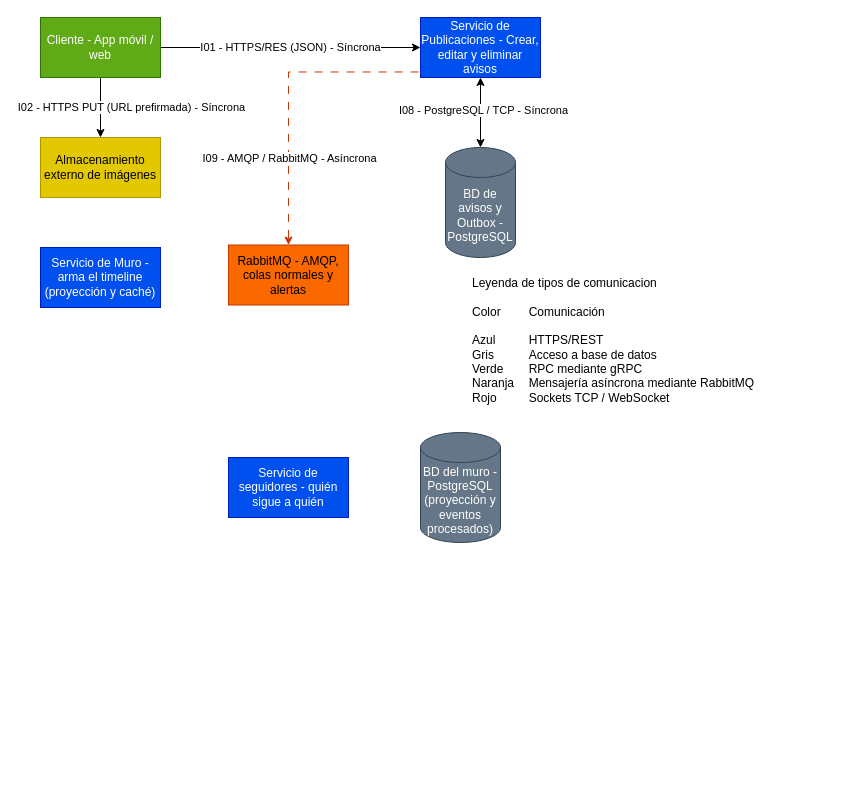
Above: Archivo editable y exportado/vecindario.drawio.xml in Yukisan-uwo/GA-TL-02-FORM-Modelado-de-Comunicacion-entre-Procesos-Distribuidos (draw.io), before the change. Source tidied: cells renumbered, new cells numbered last; positions are measured from the earlier drawing's top-left corner, leaving out a move shared by most shapes. Both pictures are drawn from the tidied source at 100%, with x=0, y=0 at pixel (40, 17).
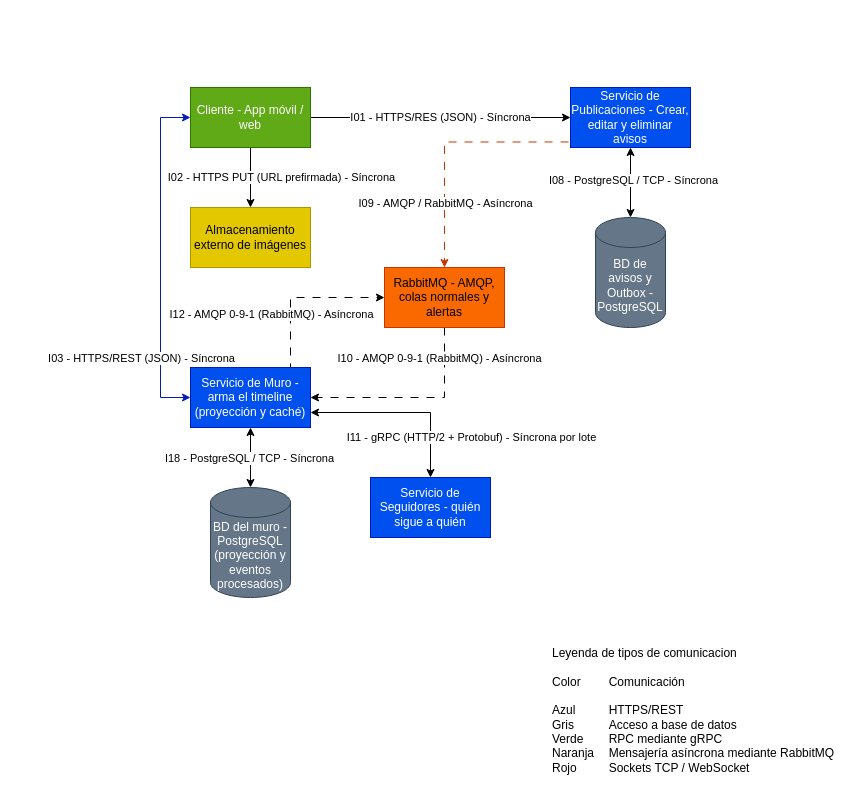
After the change.

Commit message:
Agrega muro, seguidores y BD del muro

Unchanged cells that the change refers to:
```xml
<mxCell id="6" style="edgeStyle=orthogonalEdgeStyle;rounded=0;jettySize=auto;html=1;entryX=0.5;entryY=0;entryDx=0;entryDy=0;defaultLabelBackgroundColor=page;exitX=-0.016;exitY=0.908;exitDx=0;exitDy=0;exitPerimeter=0;fillColor=#fa6800;strokeColor=#C73500;flowAnimation=0;dashed=1;dashPattern=8 8;" parent="1" edge="1" source="8" target="11">
  <mxGeometry x="-0.09" relative="1" as="geometry" />
</mxCell>
```

The edit, as a diff of the source:
```diff
@@
+    <mxCell id="18" style="edgeStyle=orthogonalEdgeStyle;rounded=0;jettySize=auto;html=1;entryX=0;entryY=0.5;entryDx=0;entryDy=0;defaultLabelBackgroundColor=page;labelPadding=0 4;fillColor=#0050ef;strokeColor=light-dark(#001DBC,#66B2FF);startArrow=classic;startFill=1;" parent="1" edge="1" source="5" target="15">
+      <mxGeometry x="0.41" relative="1" as="geometry">
+        <Array as="points">
+          <mxPoint x="120" y="100" />
+          <mxPoint x="120" y="380" />
+        </Array>
+      </mxGeometry>
+    </mxCell>
+    <mxCell id="19" value="I03 - HTTPS/REST (JSON) - Síncrona" style="edgeLabel;html=1;align=center;verticalAlign=middle;inheritText=1;defaultLabelBackgroundColor=page;labelPadding=0 4;" parent="18" vertex="1">
+      <mxGeometry x="0.52" relative="1" as="geometry">
+        <mxPoint x="-20" y="12" as="offset" />
+      </mxGeometry>
+    </mxCell>
     <mxCell id="5" value="Cliente - App móvil / web" style="rounded=0;whiteSpace=wrap;html=1;fillColor=#60a917;fontColor=#ffffff;strokeColor=#2D7600;" parent="1" vertex="1">
-      <mxGeometry width="120" height="60" as="geometry" />
+      <mxGeometry x="150" y="70" width="120" height="60" as="geometry" />
     </mxCell>
@@
     <mxCell id="7" value="I09 - AMQP / RabbitMQ - Asíncrona" style="edgeLabel;html=1;align=center;verticalAlign=middle;inheritText=1;defaultLabelBackgroundColor=page;" parent="6" vertex="1">
       <mxGeometry x="0.66" relative="1" as="geometry">
-        <mxPoint y="-36" as="offset" />
+        <mxPoint y="-22" as="offset" />
       </mxGeometry>
     </mxCell>
     <mxCell id="8" value="Servicio de Publicaciones - Crear, editar y eliminar avisos" style="rounded=0;whiteSpace=wrap;html=1;fillColor=#0050ef;fontColor=#ffffff;strokeColor=#001DBC;" parent="1" vertex="1">
-      <mxGeometry x="380" width="120" height="60" as="geometry" />
+      <mxGeometry x="530" y="70" width="120" height="60" as="geometry" />
     </mxCell>
     <mxCell id="9" value="Almacenamiento externo de imágenes" style="rounded=0;whiteSpace=wrap;html=1;fillColor=light-dark(#E3C800,#FFC600);strokeColor=#B09500;fontColor=light-dark(#000000,#000000);" parent="1" vertex="1">
-      <mxGeometry y="120" width="120" height="60" as="geometry" />
+      <mxGeometry x="150" y="190" width="120" height="60" as="geometry" />
     </mxCell>
     <mxCell id="10" value="BD de avisos y Outbox - PostgreSQL" style="shape=cylinder3;whiteSpace=wrap;html=1;boundedLbl=1;backgroundOutline=1;size=15;fillColor=#647687;fontColor=#ffffff;strokeColor=#314354;" parent="1" vertex="1">
-      <mxGeometry x="405" y="130" width="70" height="110" as="geometry" />
+      <mxGeometry x="555" y="200" width="70" height="110" as="geometry" />
     </mxCell>
+    <mxCell id="20" style="edgeStyle=orthogonalEdgeStyle;rounded=0;jettySize=auto;html=1;entryX=1;entryY=0.5;entryDx=0;entryDy=0;defaultLabelBackgroundColor=page;labelPadding=0 4;exitX=0.5;exitY=1;exitDx=0;exitDy=0;flowAnimation=0;dashed=1;dashPattern=8 8;strokeColor=light-dark(#000000,#FF9164);" parent="1" edge="1" source="11" target="15">
+      <mxGeometry relative="1" as="geometry" />
+    </mxCell>
+    <mxCell id="21" value="I10 - AMQP 0-9-1 (RabbitMQ) - Asíncrona" style="edgeLabel;html=1;align=center;verticalAlign=middle;inheritText=1;defaultLabelBackgroundColor=page;labelPadding=0 4;" parent="20" vertex="1">
+      <mxGeometry x="-0.15" y="3" relative="1" as="geometry">
+        <mxPoint x="11" y="-43" as="offset" />
+      </mxGeometry>
+    </mxCell>
+    <mxCell id="22" style="edgeStyle=orthogonalEdgeStyle;rounded=0;jettySize=auto;html=1;entryX=0.5;entryY=0;entryDx=0;entryDy=0;defaultLabelBackgroundColor=page;labelPadding=0 4;exitX=1;exitY=0.75;exitDx=0;exitDy=0;strokeColor=light-dark(#000000,#009900);startArrow=classic;startFill=1;" parent="1" edge="1" source="15" target="16">
+      <mxGeometry x="0.62" relative="1" as="geometry" />
+    </mxCell>
+    <mxCell id="23" value="I11 - gRPC (HTTP/2 + Protobuf) - Síncrona por lote" style="edgeLabel;html=1;align=center;verticalAlign=middle;inheritText=1;defaultLabelBackgroundColor=page;labelPadding=0 4;" parent="22" vertex="1">
+      <mxGeometry x="0.49" relative="1" as="geometry">
+        <mxPoint x="40" y="6" as="offset" />
+      </mxGeometry>
+    </mxCell>
     <mxCell id="11" value="RabbitMQ - AMQP, colas normales y alertas" style="rounded=0;whiteSpace=wrap;html=1;fillColor=#fa6800;fontColor=light-dark(#000000,#000000);strokeColor=#C73500;" parent="1" vertex="1">
-      <mxGeometry x="188" y="227.5" width="120" height="60" as="geometry" />
+      <mxGeometry x="344" y="250" width="120" height="60" as="geometry" />
     </mxCell>
@@
     <mxCell id="14" value="&lt;div&gt;Leyenda de tipos de comunicacion&lt;/div&gt;&lt;div&gt;&lt;br&gt;&lt;/div&gt;&lt;div&gt;Color&lt;span style=&quot;white-space:pre&quot;&gt;&#9;&lt;/span&gt;&amp;nbsp;Comunicación&lt;/div&gt;&lt;div&gt;&lt;br&gt;&lt;/div&gt;&lt;div&gt;Azul&lt;span style=&quot;white-space:pre&quot;&gt;&#9;&lt;/span&gt;&amp;nbsp; &amp;nbsp; &amp;nbsp; &amp;nbsp; &amp;nbsp;HTTPS/REST&lt;/div&gt;&lt;div&gt;Gris&lt;span style=&quot;white-space:pre&quot;&gt;&#9;&lt;/span&gt;&amp;nbsp; &amp;nbsp; &amp;nbsp; &amp;nbsp; &amp;nbsp;Acceso a base de datos&lt;/div&gt;&lt;div&gt;Verde&lt;span style=&quot;white-space:pre&quot;&gt;&#9;&lt;/span&gt;&amp;nbsp;RPC mediante gRPC&lt;/div&gt;&lt;div&gt;Naranja&lt;span style=&quot;white-space:pre&quot;&gt;&#9;&lt;/span&gt;&amp;nbsp;Mensajería asíncrona mediante RabbitMQ&lt;/div&gt;&lt;div&gt;Rojo&lt;span style=&quot;white-space:pre&quot;&gt;&#9;&lt;/span&gt;&amp;nbsp; &amp;nbsp; &amp;nbsp; &amp;nbsp; &amp;nbsp;Sockets TCP / WebSocket&lt;/div&gt;" style="text;html=1;whiteSpace=wrap;strokeColor=none;fillColor=none;align=left;verticalAlign=middle;rounded=0;" parent="1" vertex="1">
-      <mxGeometry x="430" y="250" width="290" height="145" as="geometry" />
+      <mxGeometry x="510" y="620" width="290" height="145" as="geometry" />
     </mxCell>
+    <mxCell id="24" style="edgeStyle=orthogonalEdgeStyle;rounded=0;jettySize=auto;html=1;entryX=0;entryY=0.5;entryDx=0;entryDy=0;defaultLabelBackgroundColor=page;labelPadding=0 4;exitX=1;exitY=0;exitDx=0;exitDy=0;dashed=1;dashPattern=8 8;strokeColor=light-dark(#000000,#FF9164);" parent="1" edge="1" target="11">
+      <mxGeometry x="-0.12" relative="1" as="geometry">
+        <mxPoint x="260" y="360" as="sourcePoint" />
+        <Array as="points">
+          <mxPoint x="250" y="360" />
+          <mxPoint x="250" y="280" />
+        </Array>
+      </mxGeometry>
+    </mxCell>
+    <mxCell id="25" value="I12 - AMQP 0-9-1 (RabbitMQ) - Asíncrona" style="edgeLabel;html=1;align=center;verticalAlign=middle;inheritText=1;defaultLabelBackgroundColor=page;labelPadding=0 4;" parent="24" vertex="1">
+      <mxGeometry x="-0.31" relative="1" as="geometry">
+        <mxPoint x="-20" y="-11" as="offset" />
+      </mxGeometry>
+    </mxCell>
+    <mxCell id="26" style="edgeStyle=orthogonalEdgeStyle;rounded=0;jettySize=auto;html=1;defaultLabelBackgroundColor=page;labelPadding=0 4;startArrow=classic;startFill=1;strokeColor=light-dark(#000000,#808080);" parent="1" edge="1" source="15" target="17">
+      <mxGeometry relative="1" as="geometry" />
+    </mxCell>
+    <mxCell id="27" value="I18 - PostgreSQL / TCP - Síncrona" style="edgeLabel;html=1;align=center;verticalAlign=middle;inheritText=1;defaultLabelBackgroundColor=page;labelPadding=0 4;" parent="26" vertex="1">
+      <mxGeometry x="-0.01" y="-2" relative="1" as="geometry" />
+    </mxCell>
     <mxCell id="15" value="Servicio de Muro - arma el timeline (proyección y caché)" style="rounded=0;whiteSpace=wrap;html=1;fillColor=#0050ef;fontColor=#ffffff;strokeColor=#001DBC;" parent="1" vertex="1">
-      <mxGeometry y="230" width="120" height="60" as="geometry" />
+      <mxGeometry x="150" y="350" width="120" height="60" as="geometry" />
     </mxCell>
-    <mxCell id="16" value="Servicio de seguidores - quién sigue a quién" style="rounded=0;whiteSpace=wrap;html=1;fillColor=#0050ef;fontColor=#ffffff;strokeColor=#001DBC;" parent="1" vertex="1">
-      <mxGeometry x="188" y="440" width="120" height="60" as="geometry" />
+    <mxCell id="16" value="Servicio de Seguidores - quién sigue a quién" style="rounded=0;whiteSpace=wrap;html=1;fillColor=#0050ef;fontColor=#ffffff;strokeColor=#001DBC;" parent="1" vertex="1">
+      <mxGeometry x="330" y="460" width="120" height="60" as="geometry" />
     </mxCell>
     <mxCell id="17" value="BD del muro - PostgreSQL (proyección y eventos procesados)" style="shape=cylinder3;whiteSpace=wrap;html=1;boundedLbl=1;backgroundOutline=1;size=15;fillColor=#647687;fontColor=#ffffff;strokeColor=#314354;" parent="1" vertex="1">
-      <mxGeometry x="380" y="415" width="80" height="110" as="geometry" />
+      <mxGeometry x="170" y="470" width="80" height="110" as="geometry" />
     </mxCell>
```
